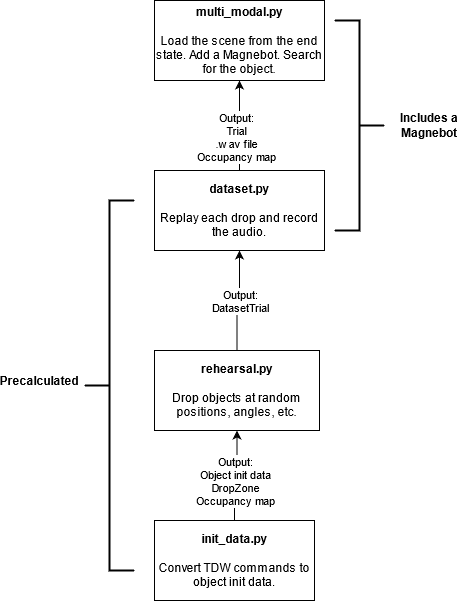
Before: doc/images/dataset.png, a diagram exported from draw.io (alters-mit/multimodal_challenge). Source tidied: cells renumbered, new cells last; positions are measured from the earlier drawing's top-left corner, leaving out a move shared by most shapes.
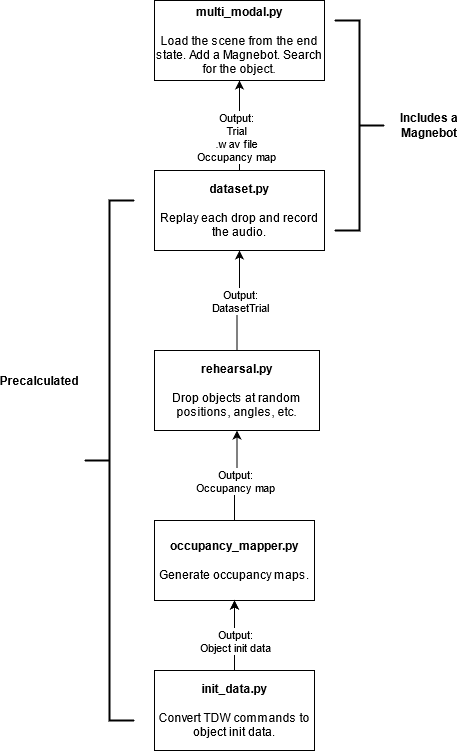
Later version of the same file.

Change to the diagram source:
```diff
@@ -26,7 +26,7 @@
       <mxGeometry x="150" width="170" height="80" as="geometry" />
     </mxCell>
     <mxCell id="9" style="strokeWidth=2;html=1;shape=mxgraph.flowchart.annotation_2;align=left;labelPosition=right;" parent="1" vertex="1">
-      <mxGeometry x="80" y="200" width="50" height="370" as="geometry" />
+      <mxGeometry x="80" y="200" width="50" height="520" as="geometry" />
     </mxCell>
     <mxCell id="10" value="Precalculated" style="text;html=1;strokeColor=none;fillColor=none;align=center;verticalAlign=middle;whiteSpace=wrap;rounded=0;fontStyle=1;" parent="1" vertex="1">
       <mxGeometry y="370" width="70" height="20" as="geometry" />
@@ -40,13 +40,27 @@
     <mxCell id="13" style="edgeStyle=orthogonalEdgeStyle;rounded=0;jettySize=auto;html=1;exitX=0.5;exitY=0;exitDx=0;exitDy=0;entryX=0.5;entryY=1;entryDx=0;entryDy=0;" parent="1" edge="1" source="15" target="4">
       <mxGeometry relative="1" as="geometry" />
     </mxCell>
-    <mxCell id="14" value="&lt;div&gt;Output:&lt;/div&gt;&lt;div&gt;Object init data&lt;/div&gt;&lt;div&gt;DropZone&lt;br&gt;&lt;/div&gt;&lt;div&gt;Occupancy map&lt;br&gt;&lt;/div&gt;" style="edgeLabel;html=1;align=center;verticalAlign=middle;" parent="13" vertex="1">
+    <mxCell id="14" value="&lt;div&gt;Output:&lt;/div&gt;&lt;div&gt;Occupancy map&lt;br&gt;&lt;/div&gt;" style="edgeLabel;html=1;align=center;verticalAlign=middle;" parent="13" vertex="1">
       <mxGeometry x="0.28" y="4" relative="1" as="geometry">
         <mxPoint x="1.5" y="17" as="offset" />
       </mxGeometry>
     </mxCell>
-    <mxCell id="15" value="&lt;div&gt;&lt;b&gt;&lt;font style=&quot;font-size: 12px&quot;&gt;init_data.py&lt;/font&gt;&lt;/b&gt;&lt;/div&gt;&lt;div&gt;&lt;b&gt;&lt;font style=&quot;font-size: 12px&quot;&gt;&lt;br&gt;&lt;/font&gt;&lt;/b&gt;&lt;/div&gt;&lt;div&gt;&lt;font style=&quot;font-size: 12px&quot;&gt;Convert TDW commands to object init data.&lt;br&gt;&lt;/font&gt;&lt;/div&gt;" style="rounded=0;whiteSpace=wrap;html=1;" parent="1" vertex="1">
+    <mxCell id="15" value="&lt;div&gt;&lt;b&gt;&lt;font style=&quot;font-size: 12px&quot;&gt;occupancy_mapper.py&lt;/font&gt;&lt;/b&gt;&lt;/div&gt;&lt;div&gt;&lt;b&gt;&lt;font style=&quot;font-size: 12px&quot;&gt;&lt;br&gt;&lt;/font&gt;&lt;/b&gt;&lt;/div&gt;&lt;div&gt;&lt;font style=&quot;font-size: 12px&quot;&gt;Generate occupancy maps.&lt;br&gt;&lt;/font&gt;&lt;/div&gt;" style="rounded=0;whiteSpace=wrap;html=1;" parent="1" vertex="1">
       <mxGeometry x="150" y="520" width="160" height="80" as="geometry" />
     </mxCell>
+    <mxCell id="16" style="edgeStyle=orthogonalEdgeStyle;rounded=0;jettySize=auto;html=1;entryX=0.5;entryY=1;entryDx=0;entryDy=0;" parent="1" edge="1" source="19" target="15">
+      <mxGeometry relative="1" as="geometry" />
+    </mxCell>
+    <mxCell id="17" style="edgeStyle=orthogonalEdgeStyle;rounded=0;jettySize=auto;html=1;" parent="1" edge="1" source="19" target="15">
+      <mxGeometry relative="1" as="geometry" />
+    </mxCell>
+    <mxCell id="18" value="&lt;div&gt;Output:&lt;/div&gt;&lt;div&gt;Object init data&lt;br&gt;&lt;/div&gt;" style="edgeLabel;html=1;align=center;verticalAlign=middle;" parent="17" vertex="1">
+      <mxGeometry x="0.3" y="-2" relative="1" as="geometry">
+        <mxPoint x="-2" y="16" as="offset" />
+      </mxGeometry>
+    </mxCell>
+    <mxCell id="19" value="&lt;div&gt;&lt;b&gt;&lt;font style=&quot;font-size: 12px&quot;&gt;init_data.py&lt;/font&gt;&lt;/b&gt;&lt;/div&gt;&lt;div&gt;&lt;b&gt;&lt;font style=&quot;font-size: 12px&quot;&gt;&lt;br&gt;&lt;/font&gt;&lt;/b&gt;&lt;/div&gt;&lt;div&gt;&lt;font style=&quot;font-size: 12px&quot;&gt;Convert TDW commands to object init data.&lt;br&gt;&lt;/font&gt;&lt;/div&gt;" style="rounded=0;whiteSpace=wrap;html=1;" parent="1" vertex="1">
+      <mxGeometry x="150" y="670" width="160" height="80" as="geometry" />
+    </mxCell>
   </root>
 </mxGraphModel>
```
